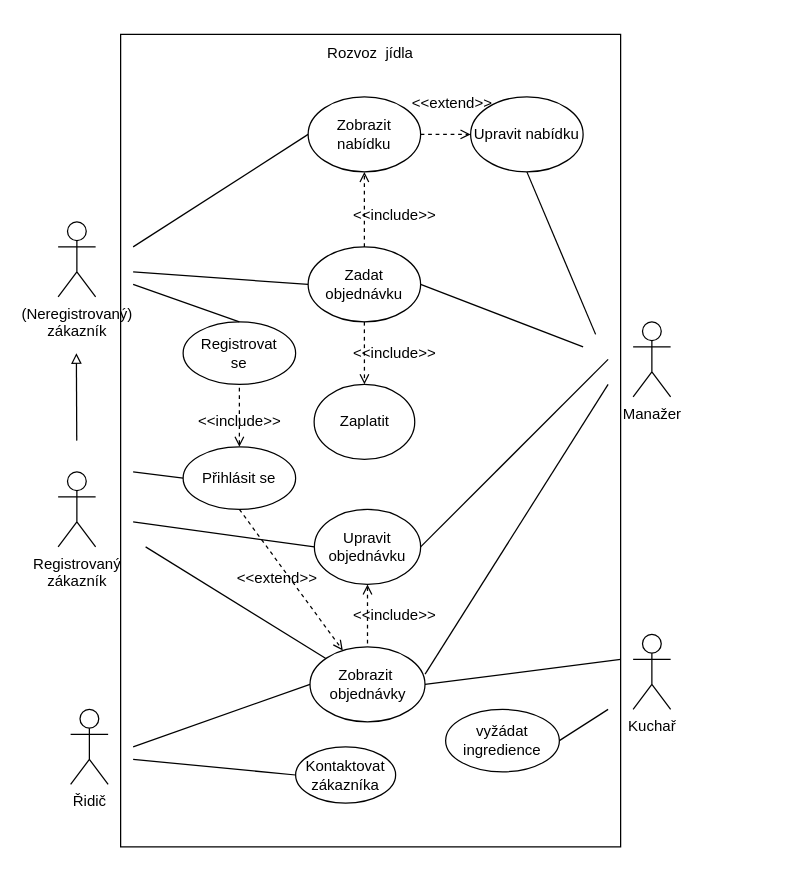
This is page "Stránka-1" (1 of 2) of UseCaseDiagram.drawio from vitvlasanek/VIS_projekt, a draw.io file, before an edit. Source tidied: cells renumbered, new cells numbered last; positions are measured from the earlier drawing's top-left corner, leaving out a move shared by most shapes. Both pictures are drawn from the tidied source at 125%, with x=0, y=0 at pixel (58, 34).
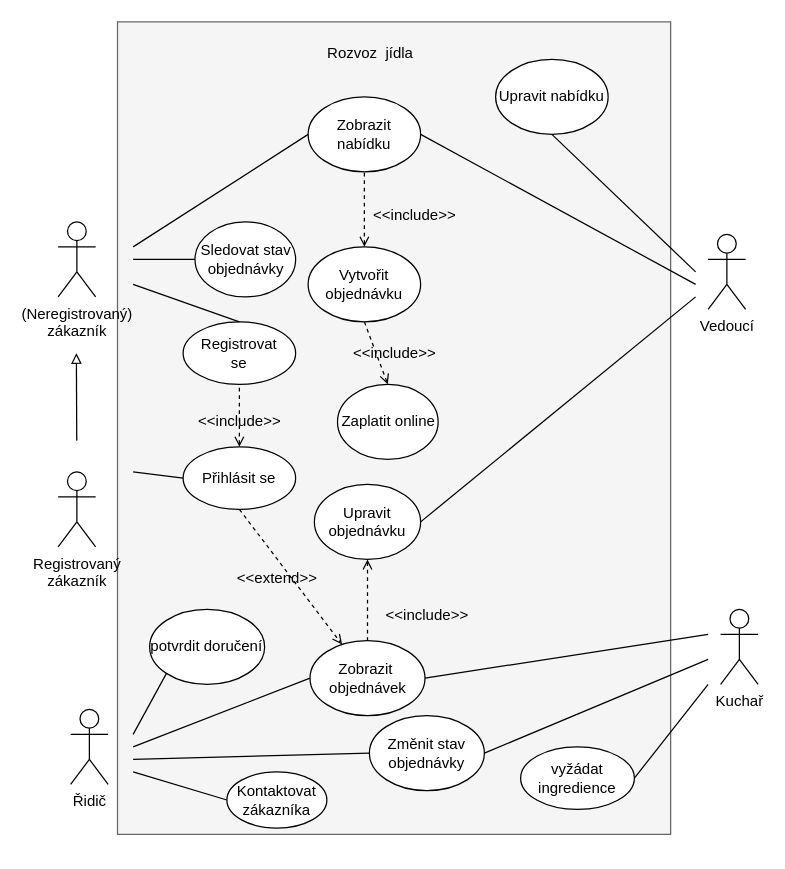
Above is the later version.

The change refers to these unchanged cells:
```xml
<mxCell id="12" value="Zobrazit nabídku" style="ellipse;whiteSpace=wrap;html=1;fillColor=default;" parent="1" vertex="1">
  <mxGeometry x="200" y="50" width="90" height="60" as="geometry" />
</mxCell>
```

Change to the diagram source:
```diff
@@
+    <mxCell id="8" style="rounded=0;whiteSpace=wrap;html=1;fillColor=#f5f5f5;fontColor=#333333;strokeColor=#666666;" parent="1" vertex="1">
+      <mxGeometry x="47.5" y="-10" width="442.5" height="650" as="geometry" />
+    </mxCell>
@@
-    <mxCell id="3" value="Manažer" style="shape=umlActor;verticalLabelPosition=bottom;verticalAlign=top;html=1;" parent="1" vertex="1">
-      <mxGeometry x="460" y="230" width="30" height="60" as="geometry" />
+    <mxCell id="3" value="Vedoucí" style="shape=umlActor;verticalLabelPosition=bottom;verticalAlign=top;html=1;" parent="1" vertex="1">
+      <mxGeometry x="520" y="160" width="30" height="60" as="geometry" />
     </mxCell>
     <mxCell id="4" value="Upravit objednávku" style="ellipse;whiteSpace=wrap;html=1;" parent="1" vertex="1">
-      <mxGeometry x="205" y="380" width="85" height="60" as="geometry" />
+      <mxGeometry x="205" y="360" width="85" height="60" as="geometry" />
     </mxCell>
-    <mxCell id="5" value="Zadat objednávku" style="ellipse;whiteSpace=wrap;html=1;" parent="1" vertex="1">
+    <mxCell id="5" value="Vytvořit&lt;br&gt;objednávku" style="ellipse;whiteSpace=wrap;html=1;" parent="1" vertex="1">
       <mxGeometry x="200" y="170" width="90" height="60" as="geometry" />
     </mxCell>
-    <mxCell id="6" value="Zobrazit&amp;nbsp; objednávky" style="ellipse;whiteSpace=wrap;html=1;" parent="1" vertex="1">
-      <mxGeometry x="201.5" y="490" width="92" height="60" as="geometry" />
+    <mxCell id="6" value="Zobrazit&amp;nbsp; objednávek" style="ellipse;whiteSpace=wrap;html=1;" parent="1" vertex="1">
+      <mxGeometry x="201.5" y="485" width="92" height="60" as="geometry" />
     </mxCell>
     <mxCell id="7" value="Kuchař" style="shape=umlActor;verticalLabelPosition=bottom;verticalAlign=top;html=1;" parent="1" vertex="1">
-      <mxGeometry x="460" y="480" width="30" height="60" as="geometry" />
+      <mxGeometry x="530" y="460" width="30" height="60" as="geometry" />
     </mxCell>
-    <mxCell id="8" style="rounded=0;whiteSpace=wrap;html=1;fillColor=none;" parent="1" vertex="1">
-      <mxGeometry x="50" width="400" height="650" as="geometry" />
-    </mxCell>
@@
-    <mxCell id="10" style="edgeStyle=orthogonalEdgeStyle;rounded=0;jettySize=auto;html=1;dashed=1;endArrow=open;endFill=0;exitX=0.5;exitY=0;exitDx=0;exitDy=0;entryX=0.5;entryY=1;entryDx=0;entryDy=0;" parent="1" edge="1" source="5" target="12">
+    <mxCell id="10" style="edgeStyle=orthogonalEdgeStyle;rounded=0;jettySize=auto;html=1;dashed=1;endArrow=none;endFill=0;exitX=0.5;exitY=0;exitDx=0;exitDy=0;entryX=0.5;entryY=1;entryDx=0;entryDy=0;startArrow=open;startFill=0;" parent="1" edge="1" source="5" target="12">
       <mxGeometry relative="1" as="geometry" />
     </mxCell>
-    <mxCell id="11" style="edgeStyle=orthogonalEdgeStyle;rounded=0;jettySize=auto;html=1;exitX=1;exitY=0.5;exitDx=0;exitDy=0;entryX=0;entryY=0.5;entryDx=0;entryDy=0;startArrow=none;startFill=0;endArrow=open;endFill=0;dashed=1;" parent="1" edge="1" source="12" target="40">
-      <mxGeometry relative="1" as="geometry" />
-    </mxCell>
@@
-    <mxCell id="14" style="endArrow=none;html=1;rounded=0;entryX=0;entryY=0.5;entryDx=0;entryDy=0;" parent="1" edge="1" target="5">
-      <mxGeometry relative="1" as="geometry">
-        <mxPoint x="60" y="190" as="sourcePoint" />
-      </mxGeometry>
-    </mxCell>
@@
-    <mxCell id="16" style="endArrow=none;html=1;rounded=0;exitX=1.001;exitY=0.364;exitDx=0;exitDy=0;exitPerimeter=0;" parent="1" edge="1" source="6">
-      <mxGeometry relative="1" as="geometry">
-        <mxPoint x="440" y="280" as="targetPoint" />
-      </mxGeometry>
-    </mxCell>
-    <mxCell id="17" style="endArrow=none;html=1;rounded=0;entryX=1;entryY=0.5;entryDx=0;entryDy=0;" parent="1" edge="1" target="6">
-      <mxGeometry relative="1" as="geometry">
-        <mxPoint x="450" y="500" as="sourcePoint" />
-      </mxGeometry>
-    </mxCell>
@@
-    <mxCell id="21" value="Zaplatit" style="ellipse;whiteSpace=wrap;html=1;fillColor=default;" parent="1" vertex="1">
-      <mxGeometry x="204.8" y="280" width="80.5" height="60" as="geometry" />
+    <mxCell id="21" value="Zaplatit online" style="ellipse;whiteSpace=wrap;html=1;fillColor=default;" parent="1" vertex="1">
+      <mxGeometry x="223.5" y="280" width="80.5" height="60" as="geometry" />
     </mxCell>
@@
     <mxCell id="24" value="&amp;lt;&amp;lt;include&amp;gt;&amp;gt;" style="text;html=1;align=center;verticalAlign=middle;strokeColor=none;fillColor=none;" parent="1" vertex="1">
-      <mxGeometry x="223.5" y="130" width="90" height="30" as="geometry" />
+      <mxGeometry x="240" y="130" width="90" height="30" as="geometry" />
     </mxCell>
@@
-    <mxCell id="26" style="endArrow=none;html=1;rounded=0;endFill=0;" parent="1" edge="1" target="6">
-      <mxGeometry relative="1" as="geometry">
-        <mxPoint x="70" y="410" as="sourcePoint" />
-      </mxGeometry>
-    </mxCell>
     <mxCell id="27" value="vyžádat ingredience" style="ellipse;whiteSpace=wrap;html=1;fillColor=default;" parent="1" vertex="1">
-      <mxGeometry x="310" y="540" width="91" height="50" as="geometry" />
+      <mxGeometry x="370" y="570" width="91" height="50" as="geometry" />
     </mxCell>
     <mxCell id="28" style="endArrow=none;html=1;rounded=0;exitX=1;exitY=0.5;exitDx=0;exitDy=0;" parent="1" edge="1" source="27">
       <mxGeometry relative="1" as="geometry">
-        <mxPoint x="440" y="540" as="targetPoint" />
+        <mxPoint x="520" y="520" as="targetPoint" />
       </mxGeometry>
     </mxCell>
     <mxCell id="29" value="&amp;lt;&amp;lt;include&amp;gt;&amp;gt;" style="text;html=1;align=center;verticalAlign=middle;strokeColor=none;fillColor=none;" parent="1" vertex="1">
-      <mxGeometry x="223.5" y="450" width="90" height="30" as="geometry" />
+      <mxGeometry x="250" y="450" width="90" height="30" as="geometry" />
     </mxCell>
@@
-    <mxCell id="31" style="endArrow=none;html=1;rounded=0;exitX=0;exitY=0.5;exitDx=0;exitDy=0;" parent="1" edge="1" source="4">
-      <mxGeometry relative="1" as="geometry">
-        <mxPoint x="60" y="390" as="targetPoint" />
-      </mxGeometry>
-    </mxCell>
@@
     <mxCell id="33" style="endArrow=none;html=1;rounded=0;exitX=1;exitY=0.5;exitDx=0;exitDy=0;" parent="1" edge="1" source="4">
       <mxGeometry relative="1" as="geometry">
-        <mxPoint x="440" y="260" as="targetPoint" />
+        <mxPoint x="510" y="210" as="targetPoint" />
       </mxGeometry>
     </mxCell>
@@
     <mxCell id="38" style="endArrow=none;html=1;rounded=0;entryX=0;entryY=0.5;entryDx=0;entryDy=0;" parent="1" edge="1" target="39">
       <mxGeometry relative="1" as="geometry">
-        <mxPoint x="60" y="580" as="sourcePoint" />
+        <mxPoint x="60" y="590" as="sourcePoint" />
       </mxGeometry>
     </mxCell>
     <mxCell id="39" value="Kontaktovat&lt;br&gt;zákazníka" style="ellipse;whiteSpace=wrap;html=1;fillColor=default;" parent="1" vertex="1">
-      <mxGeometry x="190" y="570" width="80" height="45" as="geometry" />
+      <mxGeometry x="135" y="590" width="80" height="45" as="geometry" />
     </mxCell>
     <mxCell id="40" value="Upravit nabídku" style="ellipse;whiteSpace=wrap;html=1;fillColor=default;" parent="1" vertex="1">
-      <mxGeometry x="330" y="50" width="90" height="60" as="geometry" />
+      <mxGeometry x="350" y="20" width="90" height="60" as="geometry" />
     </mxCell>
     <mxCell id="41" style="endArrow=none;html=1;rounded=0;entryX=0.5;entryY=1;entryDx=0;entryDy=0;" parent="1" edge="1" target="40">
       <mxGeometry relative="1" as="geometry">
-        <mxPoint x="430" y="240" as="sourcePoint" />
+        <mxPoint x="510" y="190" as="sourcePoint" />
       </mxGeometry>
     </mxCell>
-    <mxCell id="42" style="endArrow=none;html=1;rounded=0;exitX=1;exitY=0.5;exitDx=0;exitDy=0;" parent="1" edge="1" source="5">
-      <mxGeometry relative="1" as="geometry">
-        <mxPoint x="420" y="250" as="targetPoint" />
-      </mxGeometry>
-    </mxCell>
-    <mxCell id="43" value="&amp;lt;&amp;lt;extend&amp;gt;&amp;gt;" style="text;html=1;align=center;verticalAlign=middle;strokeColor=none;fillColor=none;" parent="1" vertex="1">
-      <mxGeometry x="270" y="40" width="90" height="30" as="geometry" />
-    </mxCell>
@@
+    <mxCell id="46" value="Sledovat stav objednávky" style="ellipse;whiteSpace=wrap;html=1;fillColor=default;" parent="1" vertex="1">
+      <mxGeometry x="109.5" y="150" width="80.5" height="60" as="geometry" />
+    </mxCell>
+    <mxCell id="47" style="endArrow=none;html=1;rounded=0;fontSize=12;startSize=8;endSize=8;curved=1;entryX=0;entryY=0.5;entryDx=0;entryDy=0;" parent="1" edge="1" target="46">
+      <mxGeometry relative="1" as="geometry">
+        <mxPoint x="60" y="180" as="sourcePoint" />
+      </mxGeometry>
+    </mxCell>
+    <mxCell id="48" value="Změnit stav objednávky" style="ellipse;whiteSpace=wrap;html=1;" parent="1" vertex="1">
+      <mxGeometry x="249" y="545" width="92" height="60" as="geometry" />
+    </mxCell>
+    <mxCell id="49" style="endArrow=none;html=1;rounded=0;fontSize=12;startSize=8;endSize=8;curved=1;entryX=0;entryY=0.5;entryDx=0;entryDy=0;" parent="1" edge="1" target="48">
+      <mxGeometry relative="1" as="geometry">
+        <mxPoint x="60" y="580" as="sourcePoint" />
+      </mxGeometry>
+    </mxCell>
+    <mxCell id="50" style="endArrow=none;html=1;rounded=0;fontSize=12;startSize=8;endSize=8;curved=1;exitX=1;exitY=0.5;exitDx=0;exitDy=0;" parent="1" edge="1" source="6">
+      <mxGeometry relative="1" as="geometry">
+        <mxPoint x="520" y="480" as="targetPoint" />
+      </mxGeometry>
+    </mxCell>
+    <mxCell id="51" style="endArrow=none;html=1;rounded=0;fontSize=12;startSize=8;endSize=8;curved=1;exitX=1;exitY=0.5;exitDx=0;exitDy=0;" parent="1" edge="1" source="48">
+      <mxGeometry relative="1" as="geometry">
+        <mxPoint x="520" y="500" as="targetPoint" />
+      </mxGeometry>
+    </mxCell>
+    <mxCell id="52" style="endArrow=none;html=1;rounded=0;fontSize=12;startSize=8;endSize=8;curved=1;exitX=1;exitY=0.5;exitDx=0;exitDy=0;" parent="1" edge="1" source="12">
+      <mxGeometry relative="1" as="geometry">
+        <mxPoint x="510" y="200" as="targetPoint" />
+      </mxGeometry>
+    </mxCell>
+    <mxCell id="53" value="potvrdit doručení" style="ellipse;whiteSpace=wrap;html=1;" parent="1" vertex="1">
+      <mxGeometry x="73.2" y="460" width="92" height="60" as="geometry" />
+    </mxCell>
+    <mxCell id="54" style="endArrow=none;html=1;rounded=0;fontSize=12;startSize=8;endSize=8;curved=1;entryX=0;entryY=1;entryDx=0;entryDy=0;" parent="1" edge="1" target="53">
+      <mxGeometry relative="1" as="geometry">
+        <mxPoint x="60" y="560" as="sourcePoint" />
+      </mxGeometry>
+    </mxCell>
```
